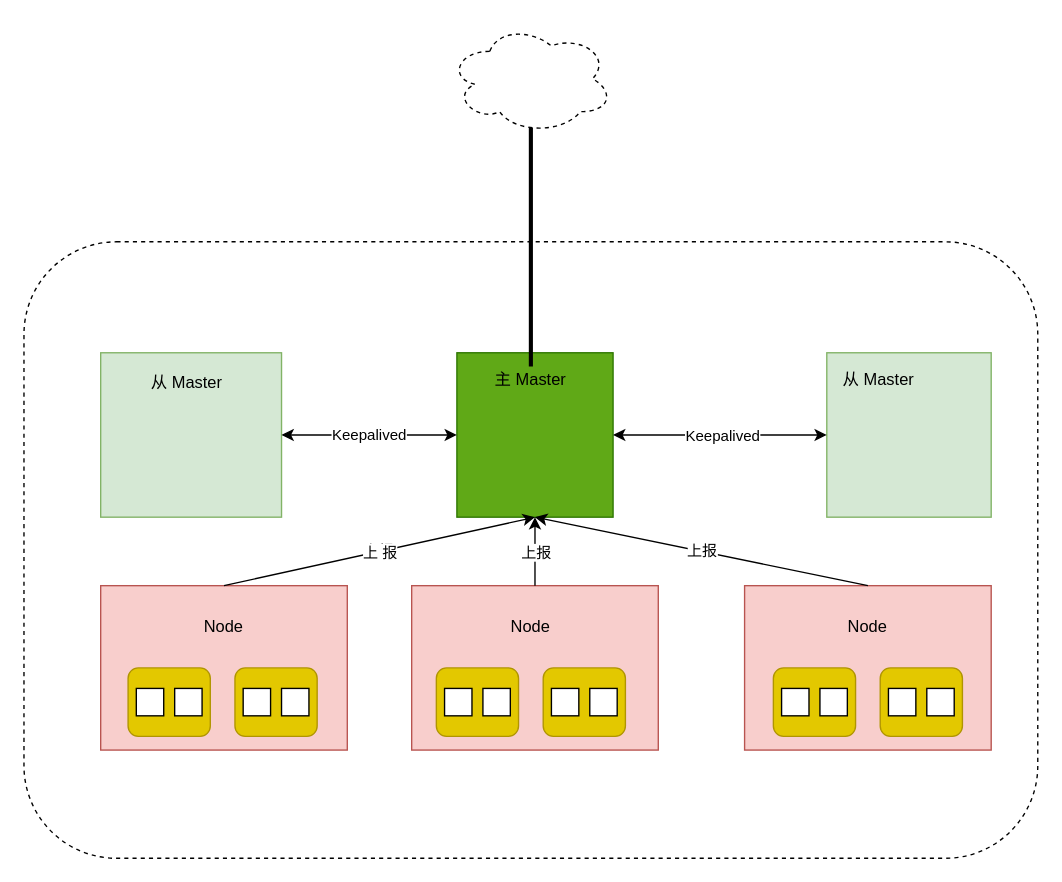
iswbm/drawhub keeps this draw.io diagram as K8S.drawio. Above is the earlier version. Source tidied: cells renumbered, new cells numbered last; positions are measured from the earlier drawing's top-left corner, leaving out a move shared by most shapes. Both pictures are drawn from the tidied source at 137%, with x=0, y=0 at pixel (23, 23).
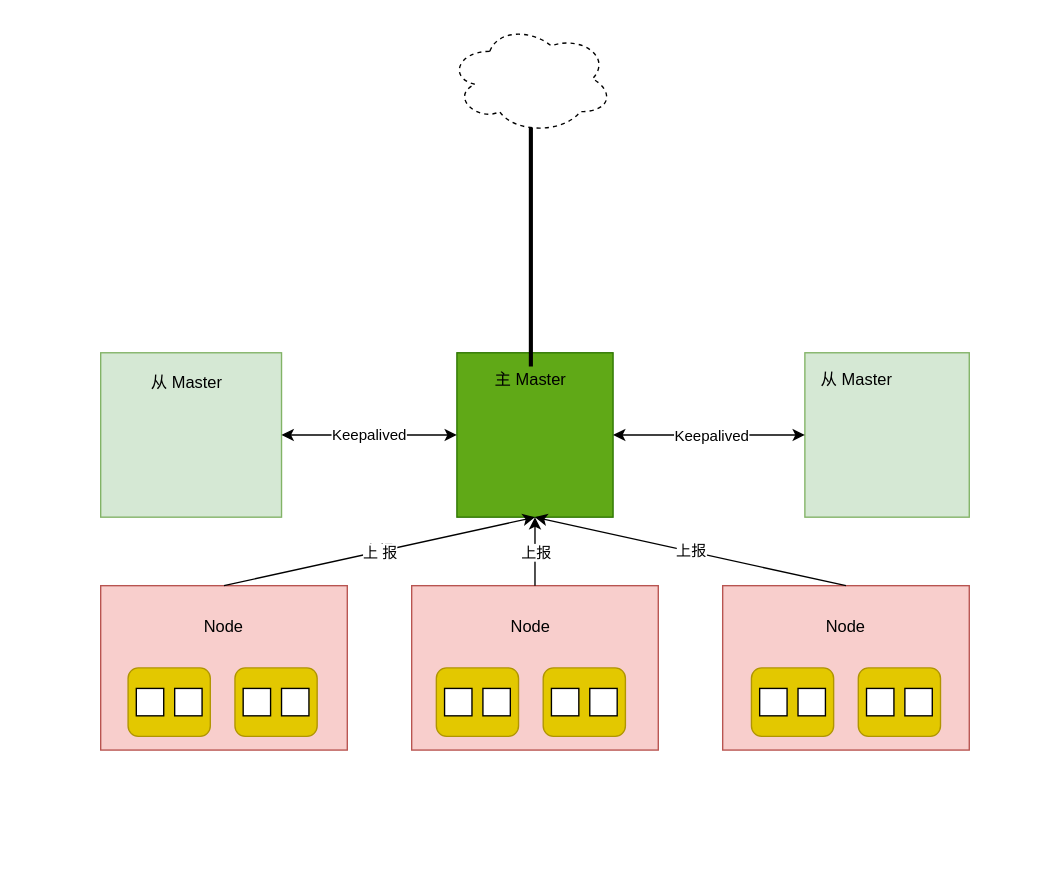
The same diagram, later.

What changed in the source:
```diff
@@
-    <mxCell id="2" style="rounded=1;whiteSpace=wrap;html=1;dashed=1;" parent="1" vertex="1">
-      <mxGeometry y="159" width="740" height="450" as="geometry" />
-    </mxCell>
@@
     <mxCell id="5" style="rounded=0;whiteSpace=wrap;html=1;fillColor=#d5e8d4;strokeColor=#82b366;" parent="1" vertex="1">
-      <mxGeometry x="586" y="240" width="120" height="120" as="geometry" />
+      <mxGeometry x="570" y="240" width="120" height="120" as="geometry" />
     </mxCell>
@@
     <mxCell id="8" style="rounded=0;whiteSpace=wrap;html=1;fillColor=#f8cecc;strokeColor=#b85450;" parent="1" vertex="1">
-      <mxGeometry x="526" y="410" width="180" height="120" as="geometry" />
+      <mxGeometry x="510" y="410" width="180" height="120" as="geometry" />
     </mxCell>
@@
     <mxCell id="11" value="从 Master" style="text;html=1;fillColor=none;align=center;verticalAlign=middle;whiteSpace=wrap;rounded=0;dashed=1;" parent="1" vertex="1">
-      <mxGeometry x="596" y="250" width="56" height="20" as="geometry" />
+      <mxGeometry x="580" y="250" width="56" height="20" as="geometry" />
     </mxCell>
@@
     <mxCell id="15" value="Node" style="text;html=1;strokeColor=none;fillColor=none;align=center;verticalAlign=middle;whiteSpace=wrap;rounded=0;dashed=1;" parent="1" vertex="1">
-      <mxGeometry x="596" y="430" width="40" height="20" as="geometry" />
+      <mxGeometry x="580" y="430" width="40" height="20" as="geometry" />
     </mxCell>
@@
     <mxCell id="20" style="rounded=1;whiteSpace=wrap;html=1;strokeColor=#B09500;fillColor=#e3c800;fontColor=#ffffff;" parent="1" vertex="1">
-      <mxGeometry x="547" y="470" width="60" height="50" as="geometry" />
+      <mxGeometry x="531" y="470" width="60" height="50" as="geometry" />
     </mxCell>
     <mxCell id="21" style="rounded=1;whiteSpace=wrap;html=1;strokeColor=#B09500;fillColor=#e3c800;fontColor=#ffffff;" parent="1" vertex="1">
-      <mxGeometry x="625" y="470" width="60" height="50" as="geometry" />
+      <mxGeometry x="609" y="470" width="60" height="50" as="geometry" />
     </mxCell>
@@
     <mxCell id="27" style="rounded=0;whiteSpace=wrap;html=1;strokeColor=#000000;" parent="1" vertex="1">
-      <mxGeometry x="581" y="485" width="20" height="20" as="geometry" />
+      <mxGeometry x="565" y="485" width="20" height="20" as="geometry" />
     </mxCell>
     <mxCell id="28" style="rounded=0;whiteSpace=wrap;html=1;strokeColor=#000000;" parent="1" vertex="1">
-      <mxGeometry x="553" y="485" width="20" height="20" as="geometry" />
+      <mxGeometry x="537" y="485" width="20" height="20" as="geometry" />
     </mxCell>
@@
     <mxCell id="33" style="rounded=0;whiteSpace=wrap;html=1;strokeColor=#000000;" parent="1" vertex="1">
-      <mxGeometry x="659" y="485" width="20" height="20" as="geometry" />
+      <mxGeometry x="643" y="485" width="20" height="20" as="geometry" />
     </mxCell>
     <mxCell id="34" style="rounded=0;whiteSpace=wrap;html=1;strokeColor=#000000;" parent="1" vertex="1">
-      <mxGeometry x="631" y="485" width="20" height="20" as="geometry" />
+      <mxGeometry x="615" y="485" width="20" height="20" as="geometry" />
     </mxCell>
```
